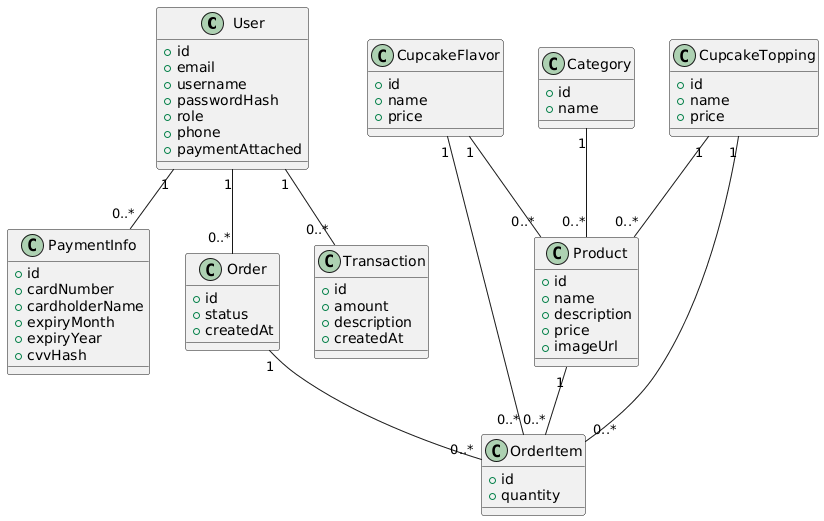
This is Diagrammer/Domænemodel.png from Guacamoleboy/Cupcake, a PlantUML export, as it was before one commit.
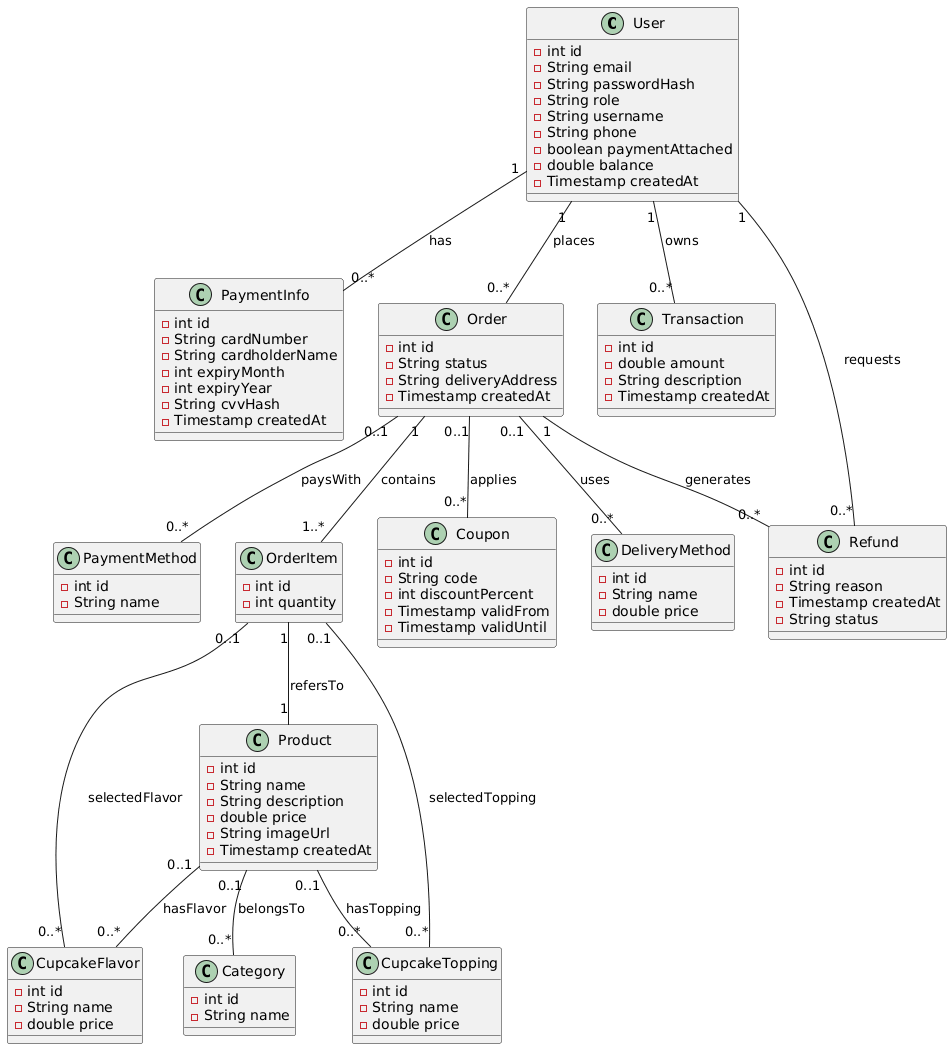
After the commit.

Change to the diagram source:
```diff
@@ -1,78 +1,114 @@
 @startuml
-
 class User {
-    +id
-    +email
-    +username
-    +passwordHash
-    +role
-    +phone
-    +paymentAttached
+    - int id
+    - String email
+    - String passwordHash
+    - String role
+    - String username
+    - String phone
+    - boolean paymentAttached
+    - double balance
+    - Timestamp createdAt
 }
 
 class PaymentInfo {
-    +id
-    +cardNumber
-    +cardholderName
-    +expiryMonth
-    +expiryYear
-    +cvvHash
+    - int id
+    - String cardNumber
+    - String cardholderName
+    - int expiryMonth
+    - int expiryYear
+    - String cvvHash
+    - Timestamp createdAt
 }
 
 class CupcakeFlavor {
-    +id
-    +name
-    +price
+    - int id
+    - String name
+    - double price
 }
 
 class CupcakeTopping {
-    +id
-    +name
-    +price
+    - int id
+    - String name
+    - double price
 }
 
 class Category {
-    +id
-    +name
+    - int id
+    - String name
 }
 
 class Product {
-    +id
-    +name
-    +description
-    +price
-    +imageUrl
+    - int id
+    - String name
+    - String description
+    - double price
+    - String imageUrl
+    - Timestamp createdAt
+}
+
+class DeliveryMethod {
+    - int id
+    - String name
+    - double price
+}
+
+class PaymentMethod {
+    - int id
+    - String name
 }
 
 class Order {
-    +id
-    +status
-    +createdAt
+    - int id
+    - String status
+    - String deliveryAddress
+    - Timestamp createdAt
 }
 
 class OrderItem {
-    +id
-    +quantity
+    - int id
+    - int quantity
 }
 
 class Transaction {
-    +id
-    +amount
-    +description
-    +createdAt
+    - int id
+    - double amount
+    - String description
+    - Timestamp createdAt
 }
 
-User "1" -- "0..*" PaymentInfo
-User "1" -- "0..*" Order
-User "1" -- "0..*" Transaction
+class Coupon {
+    - int id
+    - String code
+    - int discountPercent
+    - Timestamp validFrom
+    - Timestamp validUntil
+}
 
-Order "1" -- "0..*" OrderItem
-Product "1" -- "0..*" OrderItem
+class Refund {
+    - int id
+    - String reason
+    - Timestamp createdAt
+    - String status
+}
 
-CupcakeFlavor "1" -- "0..*" Product
-CupcakeTopping "1" -- "0..*" Product
-Category "1" -- "0..*" Product
 
-CupcakeFlavor "1" -- "0..*" OrderItem
-CupcakeTopping "1" -- "0..*" OrderItem
+User "1" -- "0..*" PaymentInfo : has
+User "1" -- "0..*" Order : places
+User "1" -- "0..*" Transaction : owns
+User "1" -- "0..*" Refund : requests
+
+Order "1" -- "1..*" OrderItem : contains
+Order "0..1" -- "0..*" DeliveryMethod : uses
+Order "0..1" -- "0..*" PaymentMethod : paysWith
+Order "0..1" -- "0..*" Coupon : applies
+Order "1" -- "0..*" Refund : generates
+
+OrderItem "1" -- "1" Product : refersTo
+Product "0..1" -- "0..*" Category : belongsTo
+Product "0..1" -- "0..*" CupcakeFlavor : hasFlavor
+Product "0..1" -- "0..*" CupcakeTopping : hasTopping
+
+OrderItem "0..1" -- "0..*" CupcakeFlavor : selectedFlavor
+OrderItem "0..1" -- "0..*" CupcakeTopping : selectedTopping
 @enduml
```
